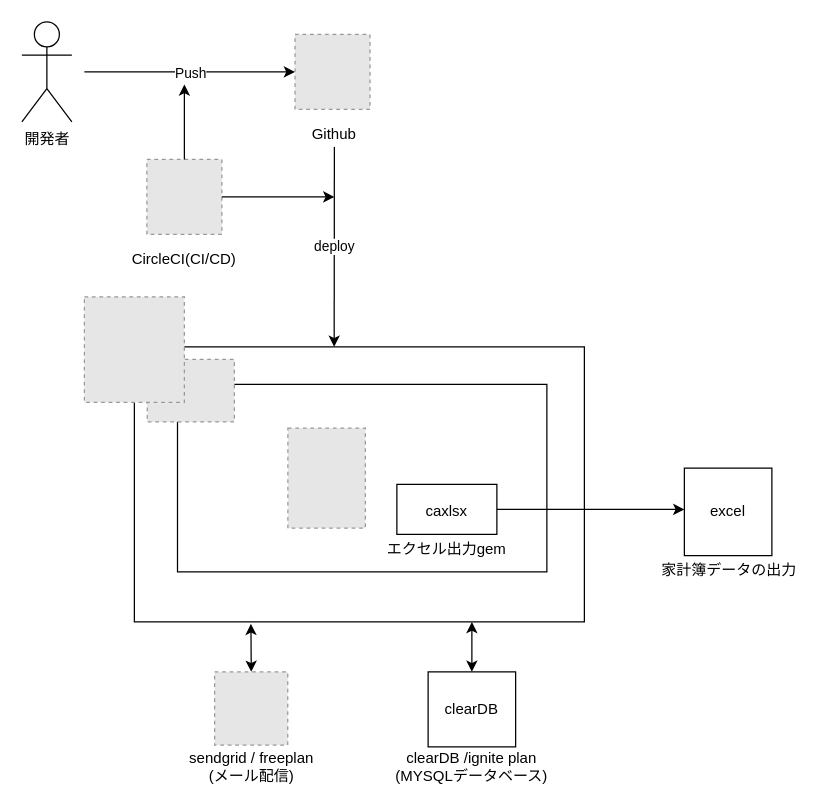
matsu1226/kyodokoza keeps this draw.io diagram as infra.drawio. Above is the earlier version. Source tidied: cells renumbered, new cells numbered last; positions are measured from the earlier drawing's top-left corner, leaving out a move shared by most shapes. Both pictures are drawn from the tidied source at 125%, with x=0, y=0 at pixel (21, 21). Pictures stored in the file or linked from it are replaced by grey dashed boxes.
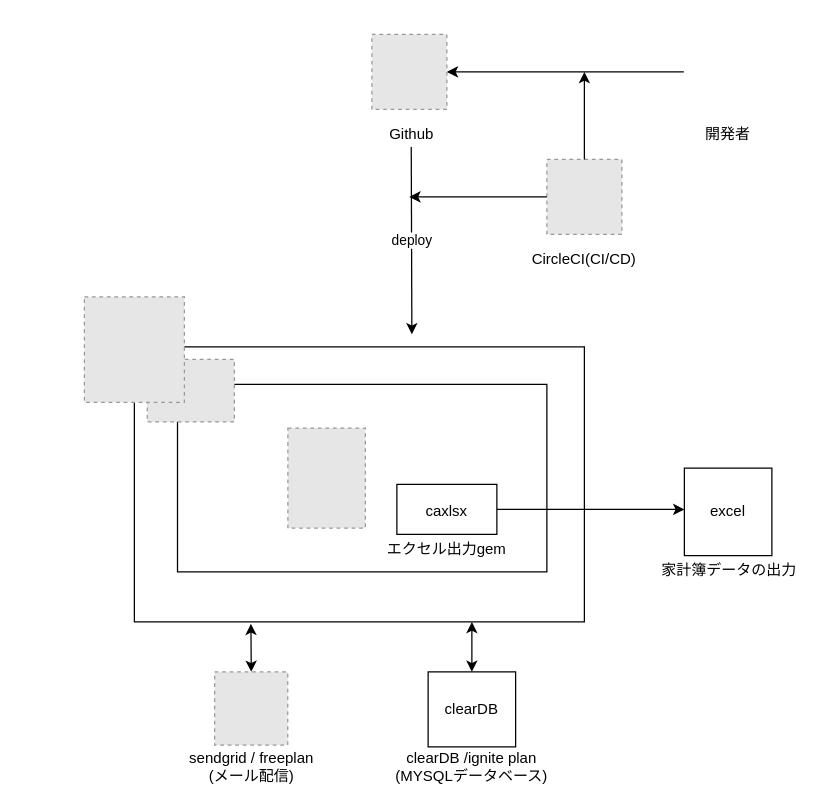
Above is the later version.

Unchanged cells that the change refers to:
```xml
<mxCell id="2" style="rounded=0;whiteSpace=wrap;html=1;" parent="1" vertex="1">
  <mxGeometry x="90" y="260" width="360" height="220" as="geometry" />
</mxCell>
```

The edit, as a diff of the source:
```diff
@@
-    <mxCell id="5" value="開発者" style="shape=umlActor;verticalLabelPosition=bottom;verticalAlign=top;html=1;" parent="1" vertex="1">
-      <mxGeometry width="40" height="80" as="geometry" />
-    </mxCell>
     <mxCell id="6" style="fillColor=#E6E6E6;strokeColor=#999999;dashed=1;verticalLabelPosition=bottom;verticalAlign=top;" parent="1" vertex="1">
-      <mxGeometry x="100" y="110" width="60" height="60" as="geometry" />
+      <mxGeometry x="420" y="110" width="60" height="60" as="geometry" />
     </mxCell>
@@
     <mxCell id="9" style="fillColor=#E6E6E6;strokeColor=#999999;dashed=1;verticalLabelPosition=bottom;labelBackgroundColor=#ffffff;verticalAlign=top;" parent="1" vertex="1">
-      <mxGeometry x="218.5" y="10" width="60" height="60" as="geometry" />
+      <mxGeometry x="280" y="10" width="60" height="60" as="geometry" />
     </mxCell>
-    <mxCell id="10" style="endArrow=classic;html=1;entryX=0;entryY=0.5;entryDx=0;entryDy=0;" parent="1" edge="1" target="9">
+    <mxCell id="10" style="endArrow=classic;html=1;startArrow=none;" parent="1" edge="1" source="32">
       <mxGeometry relative="1" as="geometry">
-        <mxPoint x="50" y="40" as="sourcePoint" />
+        <mxPoint x="340" y="40" as="targetPoint" />
       </mxGeometry>
     </mxCell>
-    <mxCell id="11" value="Push" style="edgeLabel;html=1;align=center;verticalAlign=middle;" parent="10" vertex="1">
-      <mxGeometry relative="1" as="geometry" />
-    </mxCell>
-    <mxCell id="12" style="endArrow=classic;html=1;exitX=0.5;exitY=1;exitDx=0;exitDy=0;entryX=0.444;entryY=0;entryDx=0;entryDy=0;entryPerimeter=0;" parent="1" edge="1" source="18" target="2">
-      <mxGeometry relative="1" as="geometry" />
+    <mxCell id="12" style="endArrow=classic;html=1;exitX=0.5;exitY=1;exitDx=0;exitDy=0;" parent="1" edge="1" source="18">
+      <mxGeometry relative="1" as="geometry">
+        <mxPoint x="312" y="250" as="targetPoint" />
+      </mxGeometry>
     </mxCell>
@@
     <mxCell id="17" value="CircleCI(CI/CD)" style="text;html=1;strokeColor=none;fillColor=none;align=center;verticalAlign=middle;whiteSpace=wrap;rounded=0;" parent="1" vertex="1">
-      <mxGeometry x="65" y="180" width="130" height="20" as="geometry" />
+      <mxGeometry x="385" y="180" width="130" height="20" as="geometry" />
     </mxCell>
     <mxCell id="18" value="Github" style="text;html=1;strokeColor=none;fillColor=none;align=center;verticalAlign=middle;whiteSpace=wrap;rounded=0;" parent="1" vertex="1">
-      <mxGeometry x="230" y="80" width="40" height="20" as="geometry" />
+      <mxGeometry x="291.5" y="80" width="40" height="20" as="geometry" />
     </mxCell>
@@
     <mxCell id="20" style="endArrow=classic;html=1;exitX=0.5;exitY=0;exitDx=0;exitDy=0;" parent="1" edge="1" source="6">
       <mxGeometry relative="1" as="geometry">
-        <mxPoint x="130" y="50" as="targetPoint" />
+        <mxPoint x="450" y="40" as="targetPoint" />
       </mxGeometry>
     </mxCell>
-    <mxCell id="21" style="endArrow=classic;html=1;exitX=1;exitY=0.5;exitDx=0;exitDy=0;" parent="1" edge="1" source="6">
+    <mxCell id="21" style="endArrow=classic;html=1;exitX=0;exitY=0.5;exitDx=0;exitDy=0;" parent="1" edge="1" source="6">
       <mxGeometry relative="1" as="geometry">
-        <mxPoint x="250" y="140" as="targetPoint" />
+        <mxPoint x="310" y="140" as="targetPoint" />
       </mxGeometry>
     </mxCell>
@@
+    <mxCell id="32" style="outlineConnect=0;fontColor=#232F3E;gradientColor=none;fillColor=#FFFFFF;strokeColor=none;dashed=0;verticalLabelPosition=bottom;verticalAlign=top;align=center;html=1;fontSize=12;fontStyle=0;shape=mxgraph.aws4.user;" parent="1" vertex="1">
+      <mxGeometry x="526" y="1" width="78" height="78" as="geometry" />
+    </mxCell>
+    <mxCell id="5" value="開発者" style="text;html=1;strokeColor=none;fillColor=none;align=center;verticalAlign=middle;whiteSpace=wrap;rounded=0;" parent="1" vertex="1">
+      <mxGeometry x="500" y="80" width="130" height="20" as="geometry" />
+    </mxCell>
```
